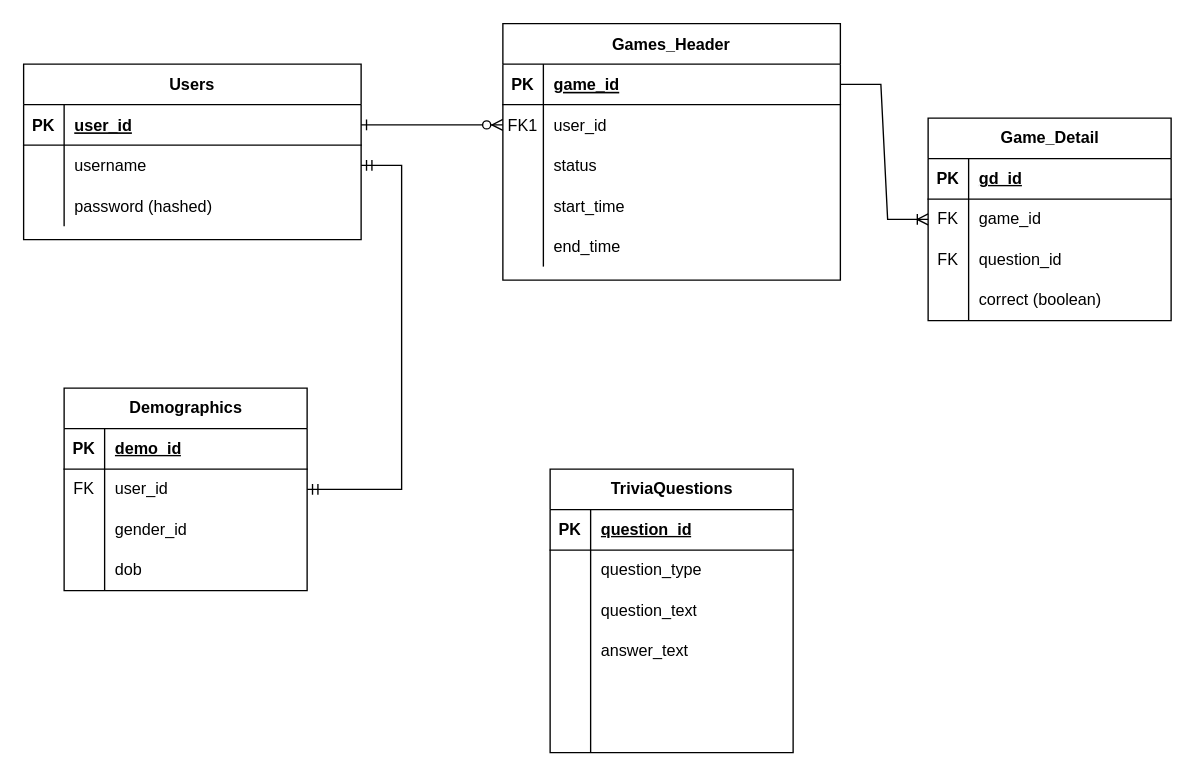
Before: trivia_db.drawio in mercurymlv/IT112-Trivia, a draw.io diagram. Source tidied: cells renumbered, new cells numbered last; positions are measured from the earlier drawing's top-left corner, leaving out a move shared by most shapes. Both pictures are drawn from the tidied source at 135%, with x=0, y=0 at pixel (-463, 23).
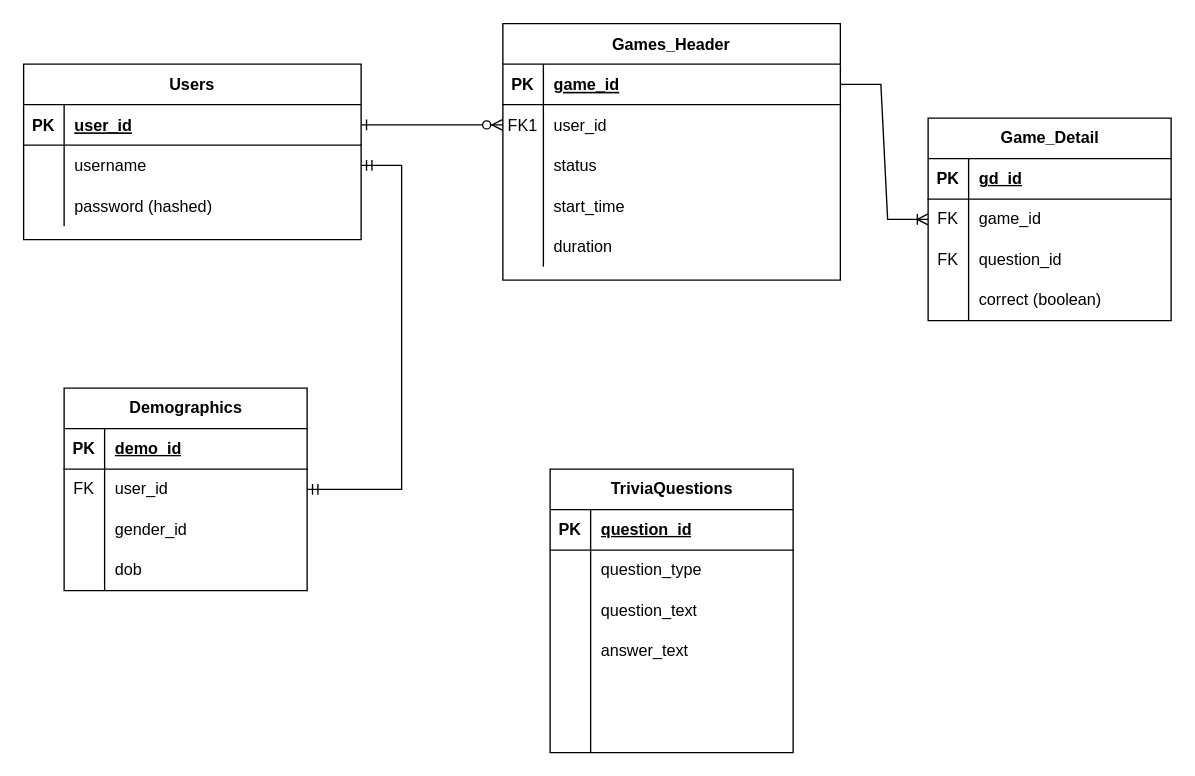
Above is the later version.

Unchanged cells that the change refers to:
```xml
<mxCell id="16" style="shape=partialRectangle;fillColor=none;top=0;left=0;right=0;bottom=0;" parent="3" vertex="1">
  <mxGeometry y="150" width="250" height="30" as="geometry" />
</mxCell>
```

What changed in the source:
```diff
@@
-    <mxCell id="18" value="end_time" style="shape=partialRectangle;overflow=hidden;fillColor=none;top=0;left=0;bottom=0;right=0;align=left;spacingLeft=6;" parent="16" vertex="1">
+    <mxCell id="18" value="duration" style="shape=partialRectangle;overflow=hidden;fillColor=none;top=0;left=0;bottom=0;right=0;align=left;spacingLeft=6;" parent="16" vertex="1">
       <mxGeometry x="30" width="220" height="30" as="geometry" />
     </mxCell>
```
